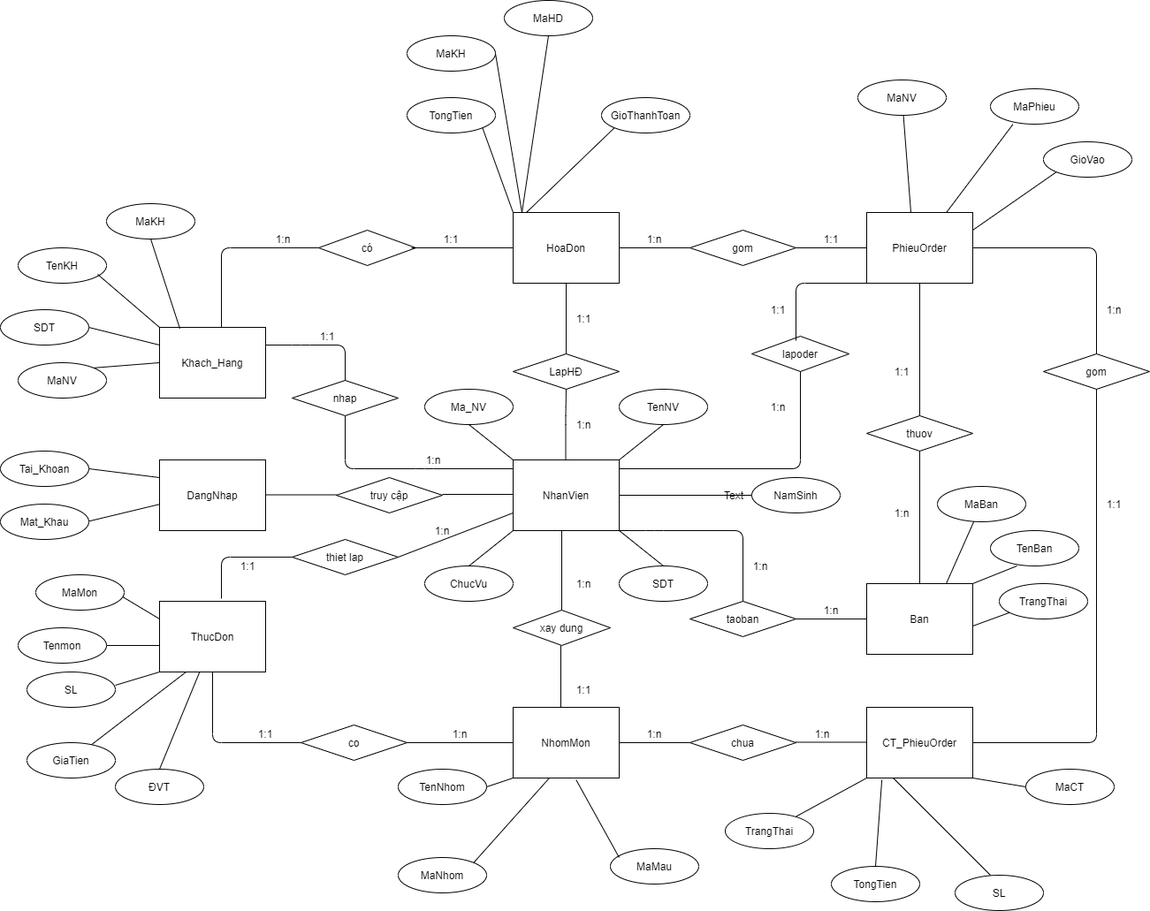
Before: yu.png, a diagram exported from draw.io (vinh2000/vinh2k). Source tidied: cells renumbered, new cells last; positions are measured from the earlier drawing's top-left corner, leaving out a move shared by most shapes.
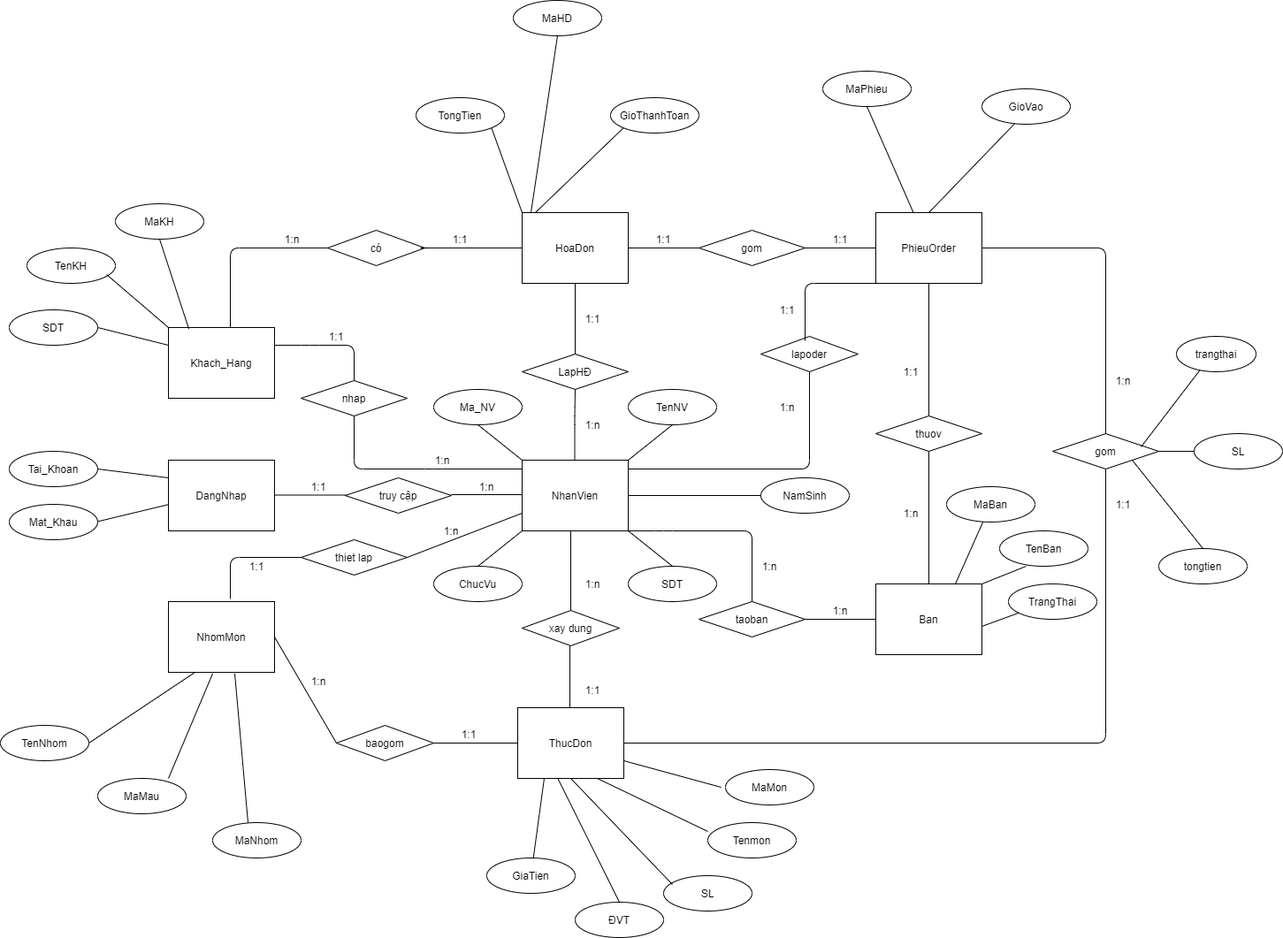
Above is the later version.

The edit, as a diff of the source:
```diff
@@ -50,3 +50,3 @@
     <mxCell id="12" value="ThucDon" style="rounded=0;whiteSpace=wrap;html=1;" parent="1" vertex="1">
-      <mxGeometry x="180" y="680" width="120" height="80" as="geometry" />
+      <mxGeometry x="575" y="800" width="120" height="80" as="geometry" />
     </mxCell>
@@ -89,41 +89,9 @@
     <mxCell id="22" value="NhomMon" style="rounded=0;whiteSpace=wrap;html=1;" parent="1" vertex="1">
-      <mxGeometry x="580" y="800" width="120" height="80" as="geometry" />
+      <mxGeometry x="180" y="680" width="120" height="80" as="geometry" />
     </mxCell>
-    <mxCell id="23" value="co" style="rhombus;whiteSpace=wrap;html=1;rounded=0;" parent="1" vertex="1">
-      <mxGeometry x="340" y="820" width="120" height="40" as="geometry" />
-    </mxCell>
-    <mxCell id="24" style="endArrow=none;html=1;entryX=0;entryY=0.5;entryDx=0;entryDy=0;exitX=1;exitY=0.5;exitDx=0;exitDy=0;" parent="1" edge="1" source="23" target="22">
-      <mxGeometry relative="1" as="geometry" />
-    </mxCell>
-    <mxCell id="25" style="endArrow=none;html=1;exitX=0.5;exitY=1;exitDx=0;exitDy=0;" parent="1" edge="1" source="12">
-      <mxGeometry relative="1" as="geometry">
-        <mxPoint x="340" y="840" as="targetPoint" />
-        <Array as="points">
-          <mxPoint x="240" y="840" />
-        </Array>
-      </mxGeometry>
-    </mxCell>
-    <mxCell id="26" value="chua" style="rhombus;whiteSpace=wrap;html=1;rounded=0;" parent="1" vertex="1">
-      <mxGeometry x="780" y="820" width="120" height="40" as="geometry" />
-    </mxCell>
-    <mxCell id="27" style="endArrow=none;html=1;entryX=0;entryY=0.5;entryDx=0;entryDy=0;" parent="1" edge="1" target="26">
-      <mxGeometry relative="1" as="geometry">
-        <mxPoint x="700" y="840" as="sourcePoint" />
-      </mxGeometry>
-    </mxCell>
-    <mxCell id="28" value="CT_PhieuOrder" style="rounded=0;whiteSpace=wrap;html=1;" parent="1" vertex="1">
-      <mxGeometry x="980" y="800" width="120" height="80" as="geometry" />
-    </mxCell>
-    <mxCell id="29" style="endArrow=none;html=1;entryX=0;entryY=0.5;entryDx=0;entryDy=0;" parent="1" edge="1">
-      <mxGeometry relative="1" as="geometry">
-        <mxPoint x="900" y="839.5" as="sourcePoint" />
-        <mxPoint x="980" y="839.5" as="targetPoint" />
-      </mxGeometry>
-    </mxCell>
     <mxCell id="30" value="gom" style="rhombus;whiteSpace=wrap;html=1;rounded=0;" parent="1" vertex="1">
-      <mxGeometry x="1180" y="400" width="120" height="40" as="geometry" />
+      <mxGeometry x="1180" y="490" width="120" height="40" as="geometry" />
     </mxCell>
-    <mxCell id="31" style="endArrow=none;html=1;entryX=0.5;entryY=1;entryDx=0;entryDy=0;" parent="1" edge="1" target="30">
+    <mxCell id="31" style="endArrow=none;html=1;entryX=0.5;entryY=1;entryDx=0;entryDy=0;exitX=1;exitY=0.5;exitDx=0;exitDy=0;" parent="1" edge="1" source="12" target="30">
       <mxGeometry relative="1" as="geometry">
-        <mxPoint x="1100" y="840" as="sourcePoint" />
         <Array as="points">
@@ -188,5 +156,2 @@
     </mxCell>
-    <mxCell id="46" value="MaNV" style="ellipse;whiteSpace=wrap;html=1;" parent="1" vertex="1">
-      <mxGeometry x="20" y="410" width="100" height="40" as="geometry" />
-    </mxCell>
     <mxCell id="47" value="SDT" style="ellipse;whiteSpace=wrap;html=1;" parent="1" vertex="1">
@@ -200,5 +165,2 @@
     </mxCell>
-    <mxCell id="50" style="endArrow=none;html=1;entryX=0;entryY=0.5;entryDx=0;entryDy=0;exitX=1;exitY=0;exitDx=0;exitDy=0;" parent="1" edge="1" source="46" target="11">
-      <mxGeometry relative="1" as="geometry" />
-    </mxCell>
     <mxCell id="51" style="endArrow=none;html=1;entryX=0;entryY=0.25;entryDx=0;entryDy=0;" parent="1" edge="1" target="11">
@@ -220,5 +182,2 @@
     </mxCell>
-    <mxCell id="55" value="MaKH" style="ellipse;whiteSpace=wrap;html=1;" parent="1" vertex="1">
-      <mxGeometry x="460" y="40" width="100" height="40" as="geometry" />
-    </mxCell>
     <mxCell id="56" value="GioThanhToan" style="ellipse;whiteSpace=wrap;html=1;" parent="1" vertex="1">
@@ -239,7 +198,2 @@
     </mxCell>
-    <mxCell id="60" style="endArrow=none;html=1;entryX=1;entryY=0.5;entryDx=0;entryDy=0;" parent="1" edge="1" target="55">
-      <mxGeometry relative="1" as="geometry">
-        <mxPoint x="590" y="240" as="sourcePoint" />
-      </mxGeometry>
-    </mxCell>
     <mxCell id="61" style="endArrow=none;html=1;entryX=0.5;entryY=1;entryDx=0;entryDy=0;" parent="1" edge="1" target="54">
@@ -249,39 +203,8 @@
     </mxCell>
-    <mxCell id="62" value="MaNV" style="ellipse;whiteSpace=wrap;html=1;" parent="1" vertex="1">
-      <mxGeometry x="970" y="90" width="100" height="40" as="geometry" />
-    </mxCell>
     <mxCell id="63" value="MaPhieu" style="ellipse;whiteSpace=wrap;html=1;" parent="1" vertex="1">
-      <mxGeometry x="1120" y="100" width="100" height="40" as="geometry" />
+      <mxGeometry x="920" y="80" width="100" height="40" as="geometry" />
     </mxCell>
     <mxCell id="64" value="GioVao" style="ellipse;whiteSpace=wrap;html=1;" parent="1" vertex="1">
-      <mxGeometry x="1180" y="160" width="100" height="40" as="geometry" />
+      <mxGeometry x="1100" y="100" width="100" height="40" as="geometry" />
     </mxCell>
-    <mxCell id="65" value="TongTien" style="ellipse;whiteSpace=wrap;html=1;" parent="1" vertex="1">
-      <mxGeometry x="940" y="980" width="100" height="40" as="geometry" />
-    </mxCell>
-    <mxCell id="66" value="TrangThai" style="ellipse;whiteSpace=wrap;html=1;direction=west;" parent="1" vertex="1">
-      <mxGeometry x="820" y="920" width="100" height="40" as="geometry" />
-    </mxCell>
-    <mxCell id="67" value="SL" style="ellipse;whiteSpace=wrap;html=1;" parent="1" vertex="1">
-      <mxGeometry x="1080" y="990" width="100" height="40" as="geometry" />
-    </mxCell>
-    <mxCell id="68" value="MaCT" style="ellipse;whiteSpace=wrap;html=1;" parent="1" vertex="1">
-      <mxGeometry x="1160" y="870" width="100" height="40" as="geometry" />
-    </mxCell>
-    <mxCell id="69" style="endArrow=none;html=1;entryX=0;entryY=1;entryDx=0;entryDy=0;" parent="1" edge="1" source="66" target="28">
-      <mxGeometry relative="1" as="geometry" />
-    </mxCell>
-    <mxCell id="70" style="endArrow=none;html=1;entryX=0.143;entryY=1.026;entryDx=0;entryDy=0;entryPerimeter=0;exitX=0.5;exitY=0;exitDx=0;exitDy=0;" parent="1" edge="1" source="65" target="28">
-      <mxGeometry relative="1" as="geometry" />
-    </mxCell>
-    <mxCell id="71" style="endArrow=none;html=1;entryX=0.25;entryY=1;entryDx=0;entryDy=0;" parent="1" edge="1" target="28">
-      <mxGeometry relative="1" as="geometry">
-        <mxPoint x="1120" y="990" as="sourcePoint" />
-      </mxGeometry>
-    </mxCell>
-    <mxCell id="72" style="endArrow=none;html=1;entryX=0;entryY=0.5;entryDx=0;entryDy=0;" parent="1" edge="1" target="68">
-      <mxGeometry relative="1" as="geometry">
-        <mxPoint x="1100" y="880" as="sourcePoint" />
-      </mxGeometry>
-    </mxCell>
     <mxCell id="73" value="TenBan" style="ellipse;whiteSpace=wrap;html=1;" parent="1" vertex="1">
@@ -310,52 +233,27 @@
     <mxCell id="79" value="MaMau" style="ellipse;whiteSpace=wrap;html=1;" parent="1" vertex="1">
-      <mxGeometry x="690" y="960" width="100" height="40" as="geometry" />
+      <mxGeometry x="100" y="880" width="100" height="40" as="geometry" />
     </mxCell>
     <mxCell id="80" value="TenNhom" style="ellipse;whiteSpace=wrap;html=1;" parent="1" vertex="1">
-      <mxGeometry x="450" y="870" width="100" height="40" as="geometry" />
+      <mxGeometry x="-10" y="820" width="100" height="40" as="geometry" />
     </mxCell>
     <mxCell id="81" value="MaNhom" style="ellipse;whiteSpace=wrap;html=1;" parent="1" vertex="1">
-      <mxGeometry x="450" y="970" width="100" height="40" as="geometry" />
+      <mxGeometry x="230" y="930" width="100" height="40" as="geometry" />
     </mxCell>
-    <mxCell id="82" style="endArrow=none;html=1;entryX=0;entryY=1;entryDx=0;entryDy=0;exitX=1;exitY=0.5;exitDx=0;exitDy=0;" parent="1" edge="1" source="80" target="22">
+    <mxCell id="82" style="endArrow=none;html=1;entryX=0.25;entryY=1;entryDx=0;entryDy=0;exitX=1;exitY=0.5;exitDx=0;exitDy=0;" parent="1" edge="1" source="80" target="22">
       <mxGeometry relative="1" as="geometry" />
     </mxCell>
-    <mxCell id="83" style="endArrow=none;html=1;exitX=1;exitY=0;exitDx=0;exitDy=0;" parent="1" edge="1" source="81">
-      <mxGeometry relative="1" as="geometry">
-        <mxPoint x="621" y="880" as="targetPoint" />
-      </mxGeometry>
-    </mxCell>
-    <mxCell id="84" style="endArrow=none;html=1;entryX=0.594;entryY=1.026;entryDx=0;entryDy=0;entryPerimeter=0;" parent="1" edge="1" target="22">
-      <mxGeometry relative="1" as="geometry">
-        <mxPoint x="700" y="970" as="sourcePoint" />
-      </mxGeometry>
-    </mxCell>
     <mxCell id="85" value="Tenmon" style="ellipse;whiteSpace=wrap;html=1;" parent="1" vertex="1">
-      <mxGeometry x="20" y="710" width="100" height="40" as="geometry" />
+      <mxGeometry x="790" y="930" width="100" height="40" as="geometry" />
     </mxCell>
     <mxCell id="86" value="SL" style="ellipse;whiteSpace=wrap;html=1;" parent="1" vertex="1">
-      <mxGeometry x="30" y="760" width="100" height="40" as="geometry" />
+      <mxGeometry x="740" y="990" width="100" height="40" as="geometry" />
     </mxCell>
     <mxCell id="87" value="GiaTien" style="ellipse;whiteSpace=wrap;html=1;" parent="1" vertex="1">
-      <mxGeometry x="30" y="840" width="100" height="40" as="geometry" />
+      <mxGeometry x="540" y="970" width="100" height="40" as="geometry" />
     </mxCell>
-    <mxCell id="88" style="endArrow=none;html=1;entryX=0;entryY=1;entryDx=0;entryDy=0;" parent="1" edge="1" target="12">
-      <mxGeometry relative="1" as="geometry">
-        <mxPoint x="130" y="775" as="sourcePoint" />
-      </mxGeometry>
-    </mxCell>
-    <mxCell id="89" style="endArrow=none;html=1;entryX=0;entryY=0.625;entryDx=0;entryDy=0;entryPerimeter=0;" parent="1" edge="1" target="12">
-      <mxGeometry relative="1" as="geometry">
-        <mxPoint x="120" y="730" as="sourcePoint" />
-      </mxGeometry>
-    </mxCell>
-    <mxCell id="90" style="endArrow=none;html=1;entryX=0;entryY=0.25;entryDx=0;entryDy=0;" parent="1" edge="1" target="12">
-      <mxGeometry relative="1" as="geometry">
-        <mxPoint x="130" y="670" as="sourcePoint" />
-      </mxGeometry>
-    </mxCell>
     <mxCell id="91" value="MaMon" style="ellipse;whiteSpace=wrap;html=1;" parent="1" vertex="1">
-      <mxGeometry x="40" y="650" width="100" height="40" as="geometry" />
+      <mxGeometry x="810" y="870" width="100" height="40" as="geometry" />
     </mxCell>
     <mxCell id="92" value="ĐVT" style="ellipse;whiteSpace=wrap;html=1;" parent="1" vertex="1">
-      <mxGeometry x="130" y="870" width="100" height="40" as="geometry" />
+      <mxGeometry x="640" y="1020" width="100" height="40" as="geometry" />
     </mxCell>
@@ -419,16 +317,9 @@
     </mxCell>
-    <mxCell id="105" style="endArrow=none;html=1;entryX=0;entryY=1;entryDx=0;entryDy=0;" parent="1" edge="1" target="64">
-      <mxGeometry relative="1" as="geometry">
-        <mxPoint x="1100" y="260" as="sourcePoint" />
-      </mxGeometry>
+    <mxCell id="105" style="endArrow=none;html=1;entryX=0.367;entryY=0.992;entryDx=0;entryDy=0;exitX=0.5;exitY=0;exitDx=0;exitDy=0;entryPerimeter=0;" parent="1" edge="1" source="16" target="64">
+      <mxGeometry relative="1" as="geometry" />
     </mxCell>
-    <mxCell id="106" style="endArrow=none;html=1;entryX=0.254;entryY=1.007;entryDx=0;entryDy=0;entryPerimeter=0;" parent="1" edge="1" source="16" target="63">
+    <mxCell id="106" style="endArrow=none;html=1;entryX=0.5;entryY=1;entryDx=0;entryDy=0;" parent="1" edge="1" source="16" target="63">
       <mxGeometry relative="1" as="geometry" />
     </mxCell>
-    <mxCell id="107" style="endArrow=none;html=1;" parent="1" edge="1" target="62">
-      <mxGeometry relative="1" as="geometry">
-        <mxPoint x="1030" y="240" as="sourcePoint" />
-      </mxGeometry>
-    </mxCell>
-    <mxCell id="108" value="1:n" style="text;html=1;strokeColor=none;fillColor=none;align=center;verticalAlign=middle;whiteSpace=wrap;rounded=0;" parent="1" vertex="1">
+    <mxCell id="108" value="1:1" style="text;html=1;strokeColor=none;fillColor=none;align=center;verticalAlign=middle;whiteSpace=wrap;rounded=0;" parent="1" vertex="1">
       <mxGeometry x="720" y="260" width="40" height="20" as="geometry" />
@@ -439,5 +330,5 @@
     <mxCell id="110" value="1:n" style="text;html=1;strokeColor=none;fillColor=none;align=center;verticalAlign=middle;whiteSpace=wrap;rounded=0;" parent="1" vertex="1">
-      <mxGeometry x="1240" y="340" width="40" height="20" as="geometry" />
+      <mxGeometry x="1240" y="420" width="40" height="20" as="geometry" />
     </mxCell>
-    <mxCell id="111" value="1:1" style="text;html=1;strokeColor=none;fillColor=none;align=center;verticalAlign=middle;whiteSpace=wrap;rounded=0;" parent="1" vertex="1">
+    <mxCell id="111" value="1:1&lt;br&gt;" style="text;html=1;strokeColor=none;fillColor=none;align=center;verticalAlign=middle;whiteSpace=wrap;rounded=0;" parent="1" vertex="1">
       <mxGeometry x="1240" y="560" width="40" height="20" as="geometry" />
@@ -453,5 +344,2 @@
     </mxCell>
-    <mxCell id="115" value="Text" style="text;html=1;strokeColor=none;fillColor=none;align=center;verticalAlign=middle;whiteSpace=wrap;rounded=0;" parent="1" vertex="1">
-      <mxGeometry x="810" y="550" width="40" height="20" as="geometry" />
-    </mxCell>
     <mxCell id="116" value="xay dung" style="rhombus;whiteSpace=wrap;html=1;" parent="1" vertex="1">
@@ -550,14 +438,72 @@
     </mxCell>
-    <mxCell id="137" value="1:n" style="text;html=1;strokeColor=none;fillColor=none;align=center;verticalAlign=middle;whiteSpace=wrap;rounded=0;" parent="1" vertex="1">
-      <mxGeometry x="910" y="820" width="40" height="20" as="geometry" />
-    </mxCell>
-    <mxCell id="138" value="1:n" style="text;html=1;strokeColor=none;fillColor=none;align=center;verticalAlign=middle;whiteSpace=wrap;rounded=0;" parent="1" vertex="1">
-      <mxGeometry x="720" y="820" width="40" height="20" as="geometry" />
-    </mxCell>
-    <mxCell id="139" value="1:n" style="text;html=1;strokeColor=none;fillColor=none;align=center;verticalAlign=middle;whiteSpace=wrap;rounded=0;" parent="1" vertex="1">
-      <mxGeometry x="500" y="820" width="40" height="20" as="geometry" />
-    </mxCell>
-    <mxCell id="140" value="1:1" style="text;html=1;strokeColor=none;fillColor=none;align=center;verticalAlign=middle;whiteSpace=wrap;rounded=0;" parent="1" vertex="1">
-      <mxGeometry x="280" y="820" width="40" height="20" as="geometry" />
-    </mxCell>
+    <mxCell id="141" style="endArrow=none;html=1;entryX=0.5;entryY=1;entryDx=0;entryDy=0;" parent="1" edge="1" target="12">
+      <mxGeometry relative="1" as="geometry">
+        <mxPoint x="750" y="1000" as="sourcePoint" />
+      </mxGeometry>
+    </mxCell>
+    <mxCell id="142" style="endArrow=none;html=1;entryX=0.75;entryY=1;entryDx=0;entryDy=0;" parent="1" edge="1" target="12">
+      <mxGeometry relative="1" as="geometry">
+        <mxPoint x="790" y="940" as="sourcePoint" />
+      </mxGeometry>
+    </mxCell>
+    <mxCell id="143" style="endArrow=none;html=1;entryX=1;entryY=0.75;entryDx=0;entryDy=0;" parent="1" edge="1" target="12">
+      <mxGeometry relative="1" as="geometry">
+        <mxPoint x="805" y="890" as="sourcePoint" />
+      </mxGeometry>
+    </mxCell>
+    <mxCell id="144" style="endArrow=none;html=1;entryX=0.417;entryY=1.017;entryDx=0;entryDy=0;entryPerimeter=0;" parent="1" edge="1" target="22">
+      <mxGeometry relative="1" as="geometry">
+        <mxPoint x="180" y="880" as="sourcePoint" />
+      </mxGeometry>
+    </mxCell>
+    <mxCell id="145" style="endArrow=none;html=1;entryX=0.625;entryY=1.017;entryDx=0;entryDy=0;entryPerimeter=0;" parent="1" edge="1" target="22">
+      <mxGeometry relative="1" as="geometry">
+        <mxPoint x="270" y="930" as="sourcePoint" />
+      </mxGeometry>
+    </mxCell>
+    <mxCell id="146" value="baogom" style="rhombus;whiteSpace=wrap;html=1;" parent="1" vertex="1">
+      <mxGeometry x="370" y="820" width="110" height="40" as="geometry" />
+    </mxCell>
+    <mxCell id="147" style="endArrow=none;html=1;entryX=0;entryY=0.5;entryDx=0;entryDy=0;exitX=1;exitY=0.5;exitDx=0;exitDy=0;" parent="1" edge="1" source="146" target="12">
+      <mxGeometry relative="1" as="geometry" />
+    </mxCell>
+    <mxCell id="148" style="endArrow=none;html=1;entryX=0;entryY=0.5;entryDx=0;entryDy=0;" parent="1" edge="1" target="146">
+      <mxGeometry relative="1" as="geometry">
+        <mxPoint x="300" y="720" as="sourcePoint" />
+      </mxGeometry>
+    </mxCell>
+    <mxCell id="149" value="1:n" style="text;html=1;strokeColor=none;fillColor=none;align=center;verticalAlign=middle;whiteSpace=wrap;rounded=0;" parent="1" vertex="1">
+      <mxGeometry x="330" y="760" width="40" height="20" as="geometry" />
+    </mxCell>
+    <mxCell id="150" value="1:1" style="text;html=1;strokeColor=none;fillColor=none;align=center;verticalAlign=middle;whiteSpace=wrap;rounded=0;" parent="1" vertex="1">
+      <mxGeometry x="500" y="820" width="40" height="20" as="geometry" />
+    </mxCell>
+    <mxCell id="151" value="1:1" style="text;html=1;strokeColor=none;fillColor=none;align=center;verticalAlign=middle;whiteSpace=wrap;rounded=0;" parent="1" vertex="1">
+      <mxGeometry x="330" y="540" width="40" height="20" as="geometry" />
+    </mxCell>
+    <mxCell id="152" value="1:n" style="text;html=1;strokeColor=none;fillColor=none;align=center;verticalAlign=middle;whiteSpace=wrap;rounded=0;" parent="1" vertex="1">
+      <mxGeometry x="520" y="540" width="40" height="20" as="geometry" />
+    </mxCell>
+    <mxCell id="153" value="trangthai" style="ellipse;whiteSpace=wrap;html=1;" parent="1" vertex="1">
+      <mxGeometry x="1320" y="380" width="90" height="40" as="geometry" />
+    </mxCell>
+    <mxCell id="154" style="endArrow=none;html=1;entryX=0.296;entryY=0.95;entryDx=0;entryDy=0;entryPerimeter=0;" parent="1" edge="1" target="153">
+      <mxGeometry relative="1" as="geometry">
+        <mxPoint x="1280" y="505" as="sourcePoint" />
+      </mxGeometry>
+    </mxCell>
+    <mxCell id="155" value="tongtien" style="ellipse;whiteSpace=wrap;html=1;" parent="1" vertex="1">
+      <mxGeometry x="1300" y="620" width="100" height="40" as="geometry" />
+    </mxCell>
+    <mxCell id="156" style="endArrow=none;html=1;entryX=1;entryY=1;entryDx=0;entryDy=0;exitX=0.5;exitY=0;exitDx=0;exitDy=0;" parent="1" edge="1" source="155" target="30">
+      <mxGeometry relative="1" as="geometry" />
+    </mxCell>
+    <mxCell id="67" value="SL" style="ellipse;whiteSpace=wrap;html=1;" parent="1" vertex="1">
+      <mxGeometry x="1340" y="490" width="100" height="40" as="geometry" />
+    </mxCell>
+    <mxCell id="157" style="endArrow=none;html=1;entryX=0;entryY=0.5;entryDx=0;entryDy=0;" parent="1" edge="1" target="67">
+      <mxGeometry relative="1" as="geometry">
+        <mxPoint x="1300" y="510" as="sourcePoint" />
+      </mxGeometry>
+    </mxCell>
   </root>
```
